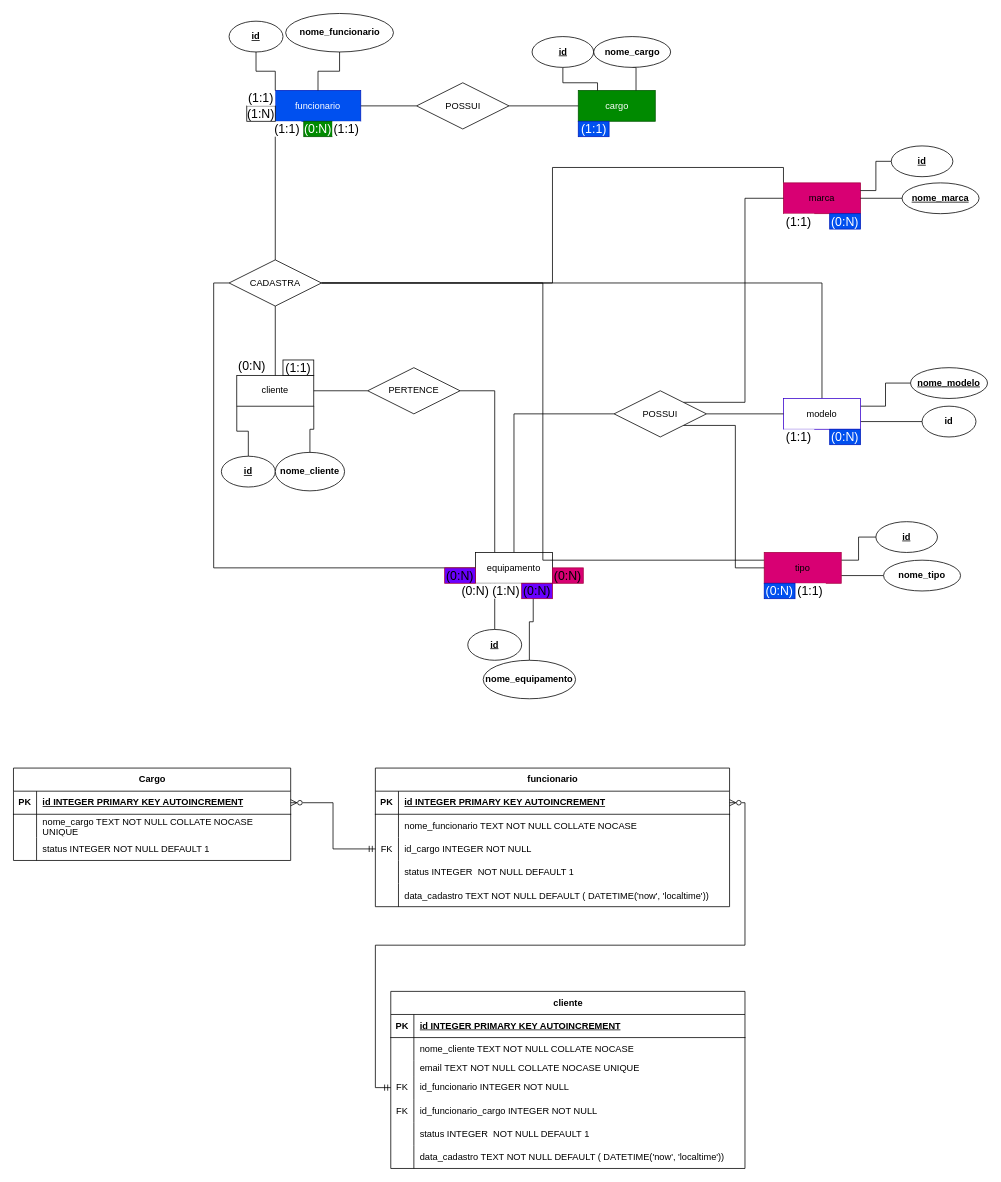
The draw.io diagram page "Conceitual" (1 of 2) of modelos/conceitual-logico-techflix.drawio in Carlos27spec/TechFix--Trabalho-banco-de-dados, before the edit. Source tidied: cells renumbered, new cells numbered last; positions are measured from the earlier drawing's top-left corner, leaving out a move shared by most shapes. Both pictures are drawn from the tidied source at 77%, with x=0, y=0 at pixel (13, 13).
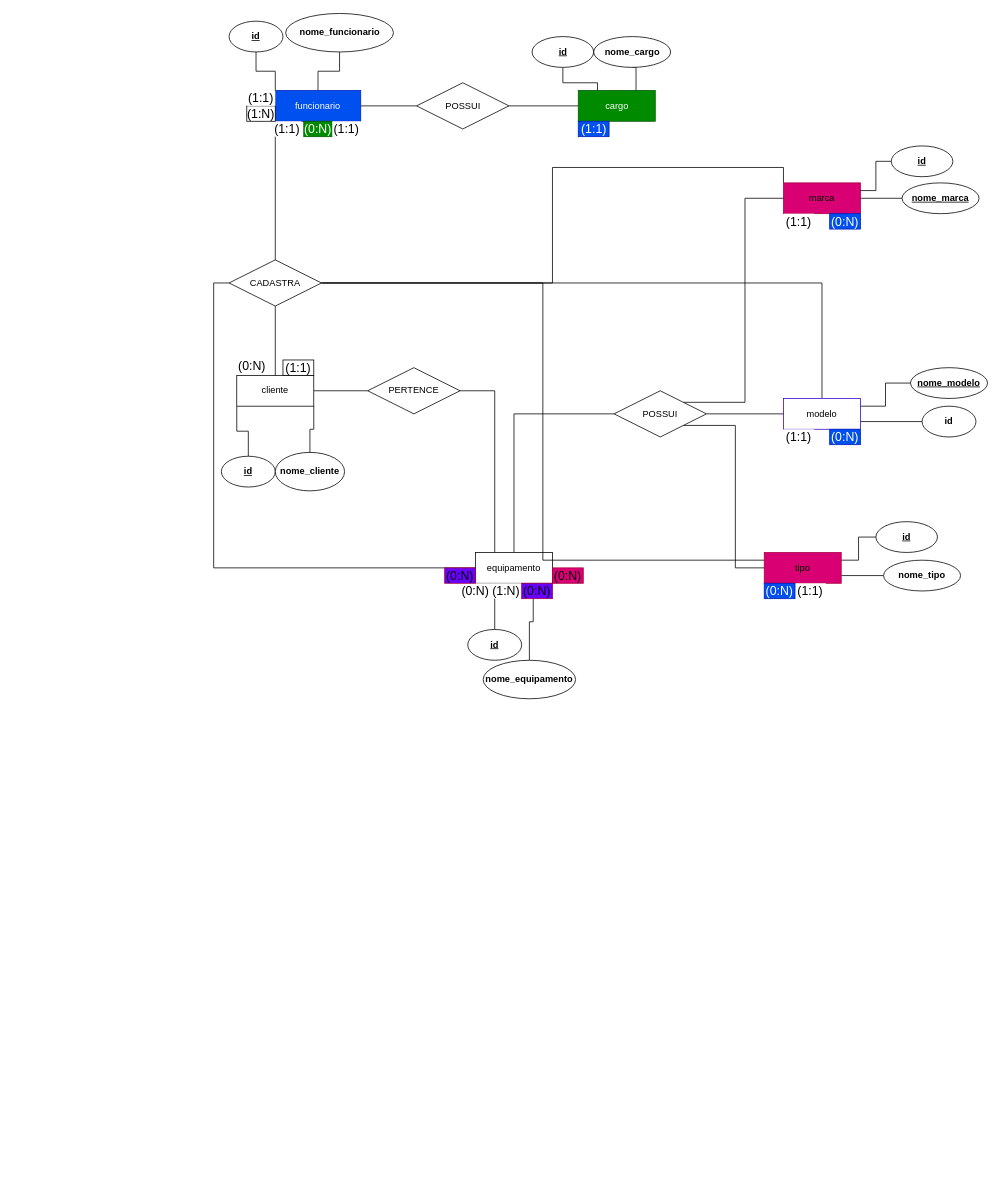
The same diagram, later.

What changed in the source:
```diff
@@
-    <mxCell id="75" value="Cargo" style="shape=table;startSize=30;childLayout=tableLayout;rowLines=0;fontStyle=1;align=center;html=1;" parent="1" vertex="1">
-      <mxGeometry y="980" width="360" height="120" as="geometry" />
-    </mxCell>
-    <mxCell id="76" style="shape=tableRow;horizontal=0;startSize=0;swimlaneHead=0;swimlaneBody=0;fillColor=none;points=[[0,0.5],[1,0.5]];portConstraint=eastwest;top=0;left=0;right=0;bottom=1;" parent="75" vertex="1">
-      <mxGeometry y="30" width="360" height="30" as="geometry" />
-    </mxCell>
-    <mxCell id="77" value="PK" style="shape=partialRectangle;fillColor=none;top=0;left=0;bottom=0;right=0;fontStyle=1;overflow=hidden;whiteSpace=wrap;html=1;" parent="76" vertex="1">
-      <mxGeometry width="30" height="30" as="geometry" />
-    </mxCell>
-    <mxCell id="78" value="id INTEGER PRIMARY KEY AUTOINCREMENT" style="shape=partialRectangle;fillColor=none;top=0;left=0;bottom=0;right=0;align=left;spacingLeft=6;fontStyle=5;overflow=hidden;whiteSpace=wrap;html=1;" parent="76" vertex="1">
-      <mxGeometry x="30" width="330" height="30" as="geometry" />
-    </mxCell>
-    <mxCell id="79" style="shape=tableRow;horizontal=0;startSize=0;swimlaneHead=0;swimlaneBody=0;fillColor=none;top=0;left=0;right=0;bottom=0;" parent="75" vertex="1">
-      <mxGeometry y="60" width="360" height="30" as="geometry" />
-    </mxCell>
-    <mxCell id="80" style="shape=partialRectangle;fillColor=none;top=0;left=0;bottom=0;right=0;overflow=hidden;whiteSpace=wrap;html=1;" parent="79" vertex="1">
-      <mxGeometry width="30" height="30" as="geometry" />
-    </mxCell>
-    <mxCell id="81" value="nome_cargo TEXT NOT NULL COLLATE NOCASE&amp;nbsp; UNIQUE" style="shape=partialRectangle;fillColor=none;top=0;left=0;bottom=0;right=0;align=left;spacingLeft=6;overflow=hidden;whiteSpace=wrap;html=1;" parent="79" vertex="1">
-      <mxGeometry x="30" width="330" height="30" as="geometry" />
-    </mxCell>
-    <mxCell id="82" style="shape=tableRow;horizontal=0;startSize=0;swimlaneHead=0;swimlaneBody=0;fillColor=none;top=0;left=0;right=0;bottom=0;" parent="75" vertex="1">
-      <mxGeometry y="90" width="360" height="30" as="geometry" />
-    </mxCell>
-    <mxCell id="83" style="shape=partialRectangle;fillColor=none;top=0;left=0;bottom=0;right=0;overflow=hidden;whiteSpace=wrap;html=1;" parent="82" vertex="1">
-      <mxGeometry width="30" height="30" as="geometry" />
-    </mxCell>
-    <mxCell id="84" value="status INTEGER NOT NULL DEFAULT 1" style="shape=partialRectangle;fillColor=none;top=0;left=0;bottom=0;right=0;align=left;spacingLeft=6;overflow=hidden;whiteSpace=wrap;html=1;" parent="82" vertex="1">
-      <mxGeometry x="30" width="330" height="30" as="geometry" />
-    </mxCell>
-    <mxCell id="85" value="funcionario" style="shape=table;startSize=30;childLayout=tableLayout;rowLines=0;fontStyle=1;align=center;html=1;" parent="1" vertex="1">
-      <mxGeometry x="470" y="980" width="460" height="180" as="geometry" />
-    </mxCell>
-    <mxCell id="86" style="shape=tableRow;horizontal=0;startSize=0;swimlaneHead=0;swimlaneBody=0;fillColor=none;points=[[0,0.5],[1,0.5]];portConstraint=eastwest;top=0;left=0;right=0;bottom=1;" parent="85" vertex="1">
-      <mxGeometry y="30" width="460" height="30" as="geometry" />
-    </mxCell>
-    <mxCell id="87" value="PK" style="shape=partialRectangle;fillColor=none;top=0;left=0;bottom=0;right=0;fontStyle=1;overflow=hidden;whiteSpace=wrap;html=1;" parent="86" vertex="1">
-      <mxGeometry width="30" height="30" as="geometry" />
-    </mxCell>
-    <mxCell id="88" value="id INTEGER PRIMARY KEY AUTOINCREMENT" style="shape=partialRectangle;fillColor=none;top=0;left=0;bottom=0;right=0;align=left;spacingLeft=6;fontStyle=5;overflow=hidden;whiteSpace=wrap;html=1;" parent="86" vertex="1">
-      <mxGeometry x="30" width="430" height="30" as="geometry" />
-    </mxCell>
-    <mxCell id="89" style="shape=tableRow;horizontal=0;startSize=0;swimlaneHead=0;swimlaneBody=0;fillColor=none;top=0;left=0;right=0;bottom=0;" parent="85" vertex="1">
-      <mxGeometry y="60" width="460" height="30" as="geometry" />
-    </mxCell>
-    <mxCell id="90" style="shape=partialRectangle;fillColor=none;top=0;left=0;bottom=0;right=0;overflow=hidden;whiteSpace=wrap;html=1;" parent="89" vertex="1">
-      <mxGeometry width="30" height="30" as="geometry" />
-    </mxCell>
-    <mxCell id="91" value="nome_funcionario TEXT NOT NULL COLLATE NOCASE" style="shape=partialRectangle;fillColor=none;top=0;left=0;bottom=0;right=0;align=left;spacingLeft=6;overflow=hidden;whiteSpace=wrap;html=1;" parent="89" vertex="1">
-      <mxGeometry x="30" width="430" height="30" as="geometry" />
-    </mxCell>
-    <mxCell id="92" style="shape=tableRow;horizontal=0;startSize=0;swimlaneHead=0;swimlaneBody=0;fillColor=none;points=[[0,0.5],[1,0.5]];portConstraint=eastwest;top=0;left=0;right=0;bottom=0;" parent="85" vertex="1">
-      <mxGeometry y="90" width="460" height="30" as="geometry" />
-    </mxCell>
-    <mxCell id="93" value="FK" style="shape=partialRectangle;fillColor=none;top=0;left=0;bottom=0;right=0;overflow=hidden;whiteSpace=wrap;html=1;" parent="92" vertex="1">
-      <mxGeometry width="30" height="30" as="geometry" />
-    </mxCell>
-    <mxCell id="94" value="id_cargo INTEGER NOT NULL&amp;nbsp;" style="shape=partialRectangle;fillColor=none;top=0;left=0;bottom=0;right=0;align=left;spacingLeft=6;overflow=hidden;whiteSpace=wrap;html=1;" parent="92" vertex="1">
-      <mxGeometry x="30" width="430" height="30" as="geometry" />
-    </mxCell>
-    <mxCell id="95" style="shape=tableRow;horizontal=0;startSize=0;swimlaneHead=0;swimlaneBody=0;fillColor=none;top=0;left=0;right=0;bottom=0;" parent="85" vertex="1">
-      <mxGeometry y="120" width="460" height="30" as="geometry" />
-    </mxCell>
-    <mxCell id="96" style="shape=partialRectangle;fillColor=none;top=0;left=0;bottom=0;right=0;overflow=hidden;whiteSpace=wrap;html=1;" parent="95" vertex="1">
-      <mxGeometry width="30" height="30" as="geometry" />
-    </mxCell>
-    <mxCell id="97" value="status INTEGER&amp;nbsp; NOT NULL DEFAULT 1" style="shape=partialRectangle;fillColor=none;top=0;left=0;bottom=0;right=0;align=left;spacingLeft=6;overflow=hidden;whiteSpace=wrap;html=1;" parent="95" vertex="1">
-      <mxGeometry x="30" width="430" height="30" as="geometry" />
-    </mxCell>
-    <mxCell id="98" style="shape=tableRow;horizontal=0;startSize=0;swimlaneHead=0;swimlaneBody=0;fillColor=none;top=0;left=0;right=0;bottom=0;" parent="85" vertex="1">
-      <mxGeometry y="150" width="460" height="30" as="geometry" />
-    </mxCell>
-    <mxCell id="99" style="shape=partialRectangle;fillColor=none;top=0;left=0;bottom=0;right=0;overflow=hidden;" parent="98" vertex="1">
-      <mxGeometry width="30" height="30" as="geometry" />
-    </mxCell>
-    <mxCell id="100" value="data_cadastro TEXT NOT NULL DEFAULT ( DATETIME('now', 'localtime'))" style="shape=partialRectangle;fillColor=none;top=0;left=0;bottom=0;right=0;align=left;spacingLeft=6;overflow=hidden;" parent="98" vertex="1">
-      <mxGeometry x="30" width="430" height="30" as="geometry" />
-    </mxCell>
-    <mxCell id="101" style="edgeStyle=orthogonalEdgeStyle;rounded=0;jettySize=auto;html=1;exitX=0;exitY=0.5;exitDx=0;exitDy=0;entryX=1;entryY=0.5;entryDx=0;entryDy=0;endArrow=ERzeroToMany;endFill=0;startArrow=ERmandOne;startFill=0;" parent="1" edge="1" source="92" target="76">
-      <mxGeometry relative="1" as="geometry" />
-    </mxCell>
-    <mxCell id="102" value="cliente" style="shape=table;startSize=30;childLayout=tableLayout;rowLines=0;fontStyle=1;align=center;html=1;" parent="1" vertex="1">
-      <mxGeometry x="490" y="1270" width="460" height="230" as="geometry" />
-    </mxCell>
-    <mxCell id="103" style="shape=tableRow;horizontal=0;startSize=0;swimlaneHead=0;swimlaneBody=0;fillColor=none;top=0;left=0;right=0;bottom=1;" parent="102" vertex="1">
-      <mxGeometry y="30" width="460" height="30" as="geometry" />
-    </mxCell>
-    <mxCell id="104" value="PK" style="shape=partialRectangle;fillColor=none;top=0;left=0;bottom=0;right=0;fontStyle=1;overflow=hidden;whiteSpace=wrap;html=1;" parent="103" vertex="1">
-      <mxGeometry width="30" height="30" as="geometry" />
-    </mxCell>
-    <mxCell id="105" value="id INTEGER PRIMARY KEY AUTOINCREMENT" style="shape=partialRectangle;fillColor=none;top=0;left=0;bottom=0;right=0;align=left;spacingLeft=6;fontStyle=5;overflow=hidden;whiteSpace=wrap;html=1;" parent="103" vertex="1">
-      <mxGeometry x="30" width="430" height="30" as="geometry" />
-    </mxCell>
-    <mxCell id="106" style="shape=tableRow;horizontal=0;startSize=0;swimlaneHead=0;swimlaneBody=0;fillColor=none;top=0;left=0;right=0;bottom=0;" parent="102" vertex="1">
-      <mxGeometry y="60" width="460" height="30" as="geometry" />
-    </mxCell>
-    <mxCell id="107" style="shape=partialRectangle;fillColor=none;top=0;left=0;bottom=0;right=0;overflow=hidden;whiteSpace=wrap;html=1;" parent="106" vertex="1">
-      <mxGeometry width="30" height="30" as="geometry" />
-    </mxCell>
-    <mxCell id="108" value="nome_cliente TEXT NOT NULL COLLATE NOCASE" style="shape=partialRectangle;fillColor=none;top=0;left=0;bottom=0;right=0;align=left;spacingLeft=6;overflow=hidden;whiteSpace=wrap;html=1;" parent="106" vertex="1">
-      <mxGeometry x="30" width="430" height="30" as="geometry" />
-    </mxCell>
-    <mxCell id="109" style="shape=tableRow;horizontal=0;startSize=0;swimlaneHead=0;swimlaneBody=0;fillColor=none;top=0;left=0;right=0;bottom=0;" parent="102" vertex="1">
-      <mxGeometry y="90" width="460" height="20" as="geometry" />
-    </mxCell>
-    <mxCell id="110" style="shape=partialRectangle;fillColor=none;top=0;left=0;bottom=0;right=0;overflow=hidden;whiteSpace=wrap;html=1;" parent="109" vertex="1">
-      <mxGeometry width="30" height="20" as="geometry" />
-    </mxCell>
-    <mxCell id="111" value="email TEXT NOT NULL COLLATE NOCASE UNIQUE" style="shape=partialRectangle;fillColor=none;top=0;left=0;bottom=0;right=0;align=left;spacingLeft=6;overflow=hidden;whiteSpace=wrap;html=1;" parent="109" vertex="1">
-      <mxGeometry x="30" width="430" height="20" as="geometry" />
-    </mxCell>
-    <mxCell id="112" style="shape=tableRow;horizontal=0;startSize=0;swimlaneHead=0;swimlaneBody=0;fillColor=none;points=[[0,0.5],[1,0.5]];portConstraint=eastwest;top=0;left=0;right=0;bottom=0;" parent="102" vertex="1">
-      <mxGeometry y="110" width="460" height="30" as="geometry" />
-    </mxCell>
-    <mxCell id="113" value="FK" style="shape=partialRectangle;fillColor=none;top=0;left=0;bottom=0;right=0;overflow=hidden;whiteSpace=wrap;html=1;" parent="112" vertex="1">
-      <mxGeometry width="30" height="30" as="geometry" />
-    </mxCell>
-    <mxCell id="114" value="id_funcionario INTEGER NOT NULL&amp;nbsp;" style="shape=partialRectangle;fillColor=none;top=0;left=0;bottom=0;right=0;align=left;spacingLeft=6;overflow=hidden;whiteSpace=wrap;html=1;" parent="112" vertex="1">
-      <mxGeometry x="30" width="430" height="30" as="geometry" />
-    </mxCell>
-    <mxCell id="115" style="shape=tableRow;horizontal=0;startSize=0;swimlaneHead=0;swimlaneBody=0;fillColor=none;top=0;left=0;right=0;bottom=0;" parent="102" vertex="1">
-      <mxGeometry y="140" width="460" height="30" as="geometry" />
-    </mxCell>
-    <mxCell id="116" value="FK" style="shape=partialRectangle;fillColor=none;top=0;left=0;bottom=0;right=0;overflow=hidden;" parent="115" vertex="1">
-      <mxGeometry width="30" height="30" as="geometry" />
-    </mxCell>
-    <mxCell id="117" value="id_funcionario_cargo INTEGER NOT NULL" style="shape=partialRectangle;fillColor=none;top=0;left=0;bottom=0;right=0;align=left;spacingLeft=6;overflow=hidden;" parent="115" vertex="1">
-      <mxGeometry x="30" width="430" height="30" as="geometry" />
-    </mxCell>
-    <mxCell id="118" style="shape=tableRow;horizontal=0;startSize=0;swimlaneHead=0;swimlaneBody=0;fillColor=none;top=0;left=0;right=0;bottom=0;" parent="102" vertex="1">
-      <mxGeometry y="170" width="460" height="30" as="geometry" />
-    </mxCell>
-    <mxCell id="119" style="shape=partialRectangle;fillColor=none;top=0;left=0;bottom=0;right=0;overflow=hidden;" parent="118" vertex="1">
-      <mxGeometry width="30" height="30" as="geometry" />
-    </mxCell>
-    <mxCell id="120" value="status INTEGER  NOT NULL DEFAULT 1" style="shape=partialRectangle;fillColor=none;top=0;left=0;bottom=0;right=0;align=left;spacingLeft=6;overflow=hidden;" parent="118" vertex="1">
-      <mxGeometry x="30" width="430" height="30" as="geometry" />
-    </mxCell>
-    <mxCell id="121" style="shape=tableRow;horizontal=0;startSize=0;swimlaneHead=0;swimlaneBody=0;fillColor=none;top=0;left=0;right=0;bottom=0;" parent="102" vertex="1">
-      <mxGeometry y="200" width="460" height="30" as="geometry" />
-    </mxCell>
-    <mxCell id="122" style="shape=partialRectangle;fillColor=none;top=0;left=0;bottom=0;right=0;overflow=hidden;" parent="121" vertex="1">
-      <mxGeometry width="30" height="30" as="geometry" />
-    </mxCell>
-    <mxCell id="123" value="data_cadastro TEXT NOT NULL DEFAULT ( DATETIME('now', 'localtime'))" style="shape=partialRectangle;fillColor=none;top=0;left=0;bottom=0;right=0;align=left;spacingLeft=6;overflow=hidden;" parent="121" vertex="1">
-      <mxGeometry x="30" width="430" height="30" as="geometry" />
-    </mxCell>
-    <mxCell id="124" style="edgeStyle=orthogonalEdgeStyle;rounded=0;jettySize=auto;html=1;exitX=1;exitY=0.5;exitDx=0;exitDy=0;entryX=0;entryY=0.5;entryDx=0;entryDy=0;startArrow=ERzeroToMany;startFill=0;endArrow=ERmandOne;endFill=0;" parent="1" edge="1" source="86" target="112">
-      <mxGeometry relative="1" as="geometry" />
-    </mxCell>
```
